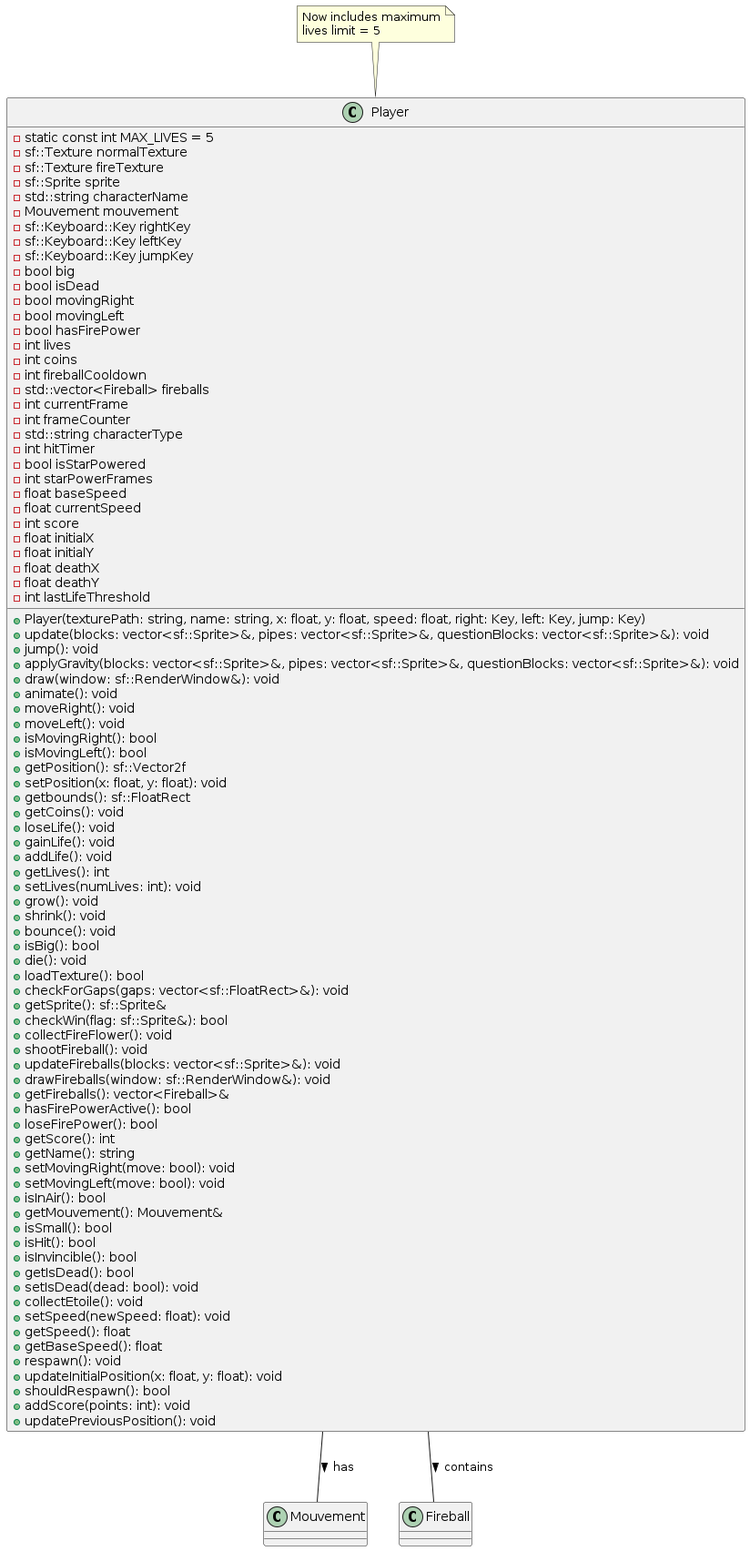
Above: uml/Player_class_diagram.png in Sarahzeghendy/Mario-Bros (PlantUML), before the change.
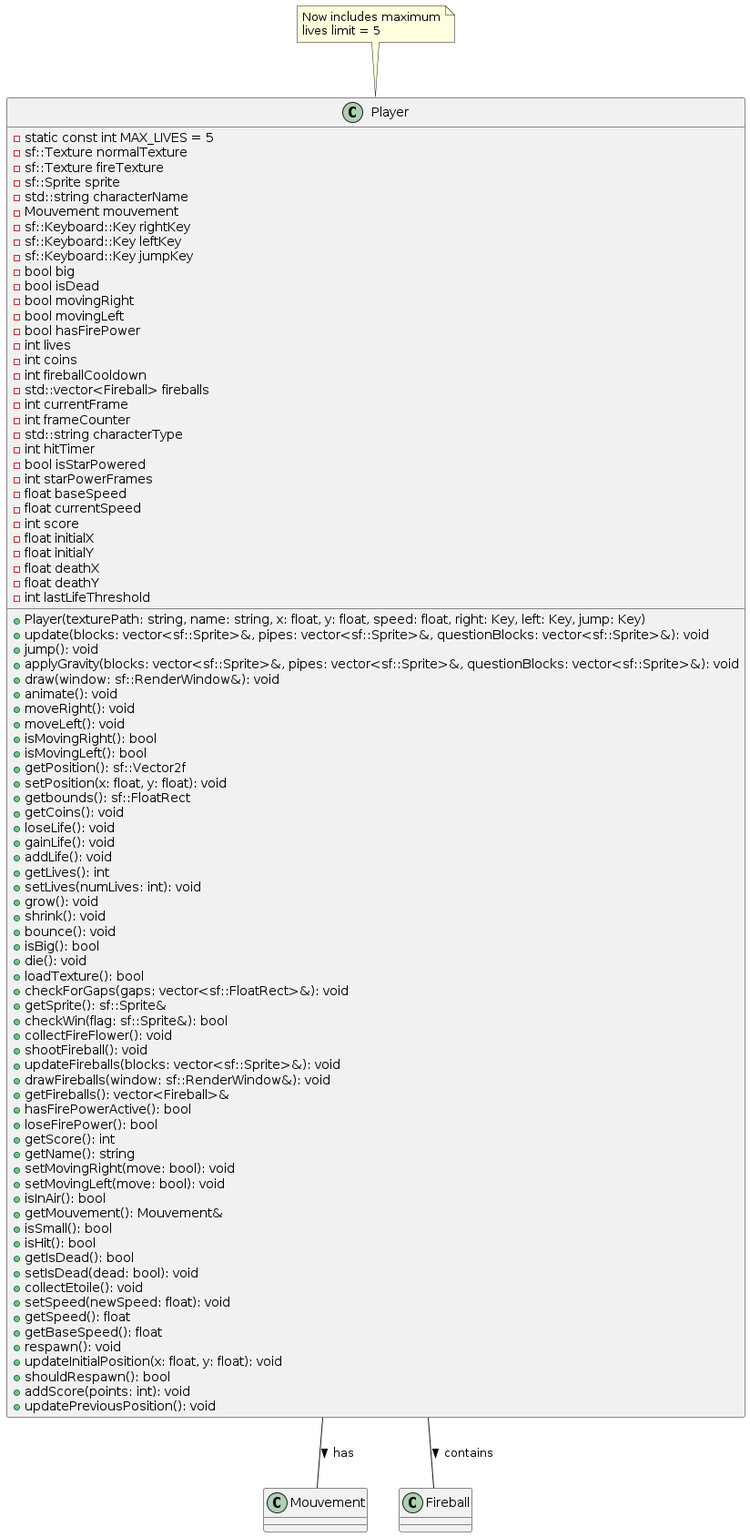
The same file after the commit.

Diff of the diagram source:
```diff
@@ -77,7 +77,6 @@
   + getMouvement(): Mouvement&
   + isSmall(): bool
   + isHit(): bool
-  + isInvincible(): bool
   + getIsDead(): bool
   + setIsDead(dead: bool): void
   + collectEtoile(): void
```
